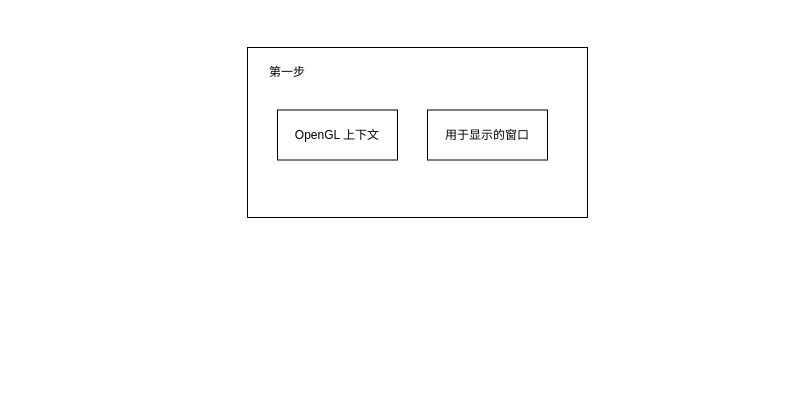
The draw.io diagram openGL.drawio in loflyer/learnopengl, before the edit. Source tidied: cells renumbered, new cells numbered last; positions are measured from the earlier drawing's top-left corner, leaving out a move shared by most shapes. Both pictures are drawn from the tidied source at 100%, with x=0, y=0 at pixel (247, 47). Pictures stored in the file or linked from it are replaced by grey dashed boxes.
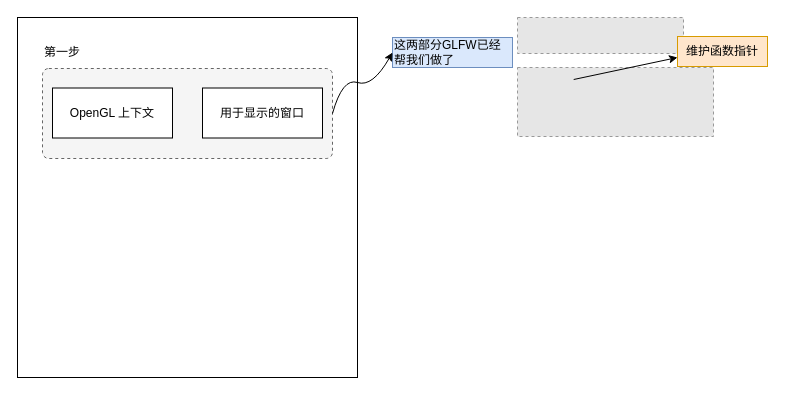
The same page after the edit.

Change to the diagram source:
```diff
@@
 <mxGraphModel>
   <root>
     <mxCell id="0" />
     <mxCell id="1" parent="0" />
     <mxCell id="2" style="rounded=0;whiteSpace=wrap;html=1;" parent="1" vertex="1">
-      <mxGeometry width="340" height="170" as="geometry" />
+      <mxGeometry x="-230" y="-30" width="340" height="360" as="geometry" />
     </mxCell>
+    <mxCell id="6" style="rounded=1;whiteSpace=wrap;html=1;dashed=1;arcSize=7;fillColor=#f5f5f5;fontColor=#333333;strokeColor=#666666;" parent="1" vertex="1">
+      <mxGeometry x="-205" y="21" width="290" height="90" as="geometry" />
+    </mxCell>
     <mxCell id="3" value="OpenGL 上下文" style="rounded=0;whiteSpace=wrap;html=1;" parent="1" vertex="1">
-      <mxGeometry x="30" y="62.5" width="120" height="50" as="geometry" />
+      <mxGeometry x="-195" y="40.5" width="120" height="50" as="geometry" />
     </mxCell>
     <mxCell id="4" value="用于显示的窗口" style="rounded=0;whiteSpace=wrap;html=1;" parent="1" vertex="1">
-      <mxGeometry x="180" y="62.5" width="120" height="50" as="geometry" />
+      <mxGeometry x="-45" y="40.5" width="120" height="50" as="geometry" />
     </mxCell>
     <mxCell id="5" value="第一步" style="text;html=1;strokeColor=none;fillColor=none;align=center;verticalAlign=middle;whiteSpace=wrap;rounded=0;" parent="1" vertex="1">
-      <mxGeometry x="10" y="10" width="60" height="30" as="geometry" />
+      <mxGeometry x="-215" y="-10" width="60" height="30" as="geometry" />
     </mxCell>
+    <mxCell id="7" value="这两部分GLFW已经帮我们做了" style="text;html=1;strokeColor=#6c8ebf;fillColor=#dae8fc;align=left;verticalAlign=middle;whiteSpace=wrap;rounded=0;" parent="1" vertex="1">
+      <mxGeometry x="145" y="-10" width="120" height="30" as="geometry" />
+    </mxCell>
+    <mxCell id="8" style="curved=1;endArrow=classic;html=1;rounded=0;exitX=1;exitY=0.5;exitDx=0;exitDy=0;entryX=0;entryY=0.5;entryDx=0;entryDy=0;" parent="1" edge="1" source="6" target="7">
+      <mxGeometry relative="1" as="geometry">
+        <Array as="points">
+          <mxPoint x="95" y="30" />
+          <mxPoint x="125" y="40" />
+        </Array>
+      </mxGeometry>
+    </mxCell>
+    <mxCell id="9" style="fillColor=#E6E6E6;strokeColor=#999999;dashed=1;verticalLabelPosition=bottom;labelBackgroundColor=default;verticalAlign=top;" parent="1" vertex="1">
+      <mxGeometry x="270" y="-30" width="166" height="36" as="geometry" />
+    </mxCell>
+    <mxCell id="10" style="fillColor=#E6E6E6;strokeColor=#999999;dashed=1;verticalLabelPosition=bottom;labelBackgroundColor=default;verticalAlign=top;" parent="1" vertex="1">
+      <mxGeometry x="270" y="20" width="196" height="69" as="geometry" />
+    </mxCell>
+    <mxCell id="11" style="endArrow=classic;html=1;rounded=0;" parent="1" edge="1">
+      <mxGeometry relative="1" as="geometry">
+        <mxPoint x="326.2" y="32" as="sourcePoint" />
+        <mxPoint x="430" y="10" as="targetPoint" />
+      </mxGeometry>
+    </mxCell>
+    <mxCell id="12" value="维护函数指针" style="text;html=1;strokeColor=#d79b00;fillColor=#ffe6cc;align=center;verticalAlign=middle;whiteSpace=wrap;rounded=0;" parent="1" vertex="1">
+      <mxGeometry x="430" y="-11" width="90" height="30" as="geometry" />
+    </mxCell>
   </root>
 </mxGraphModel>
```
